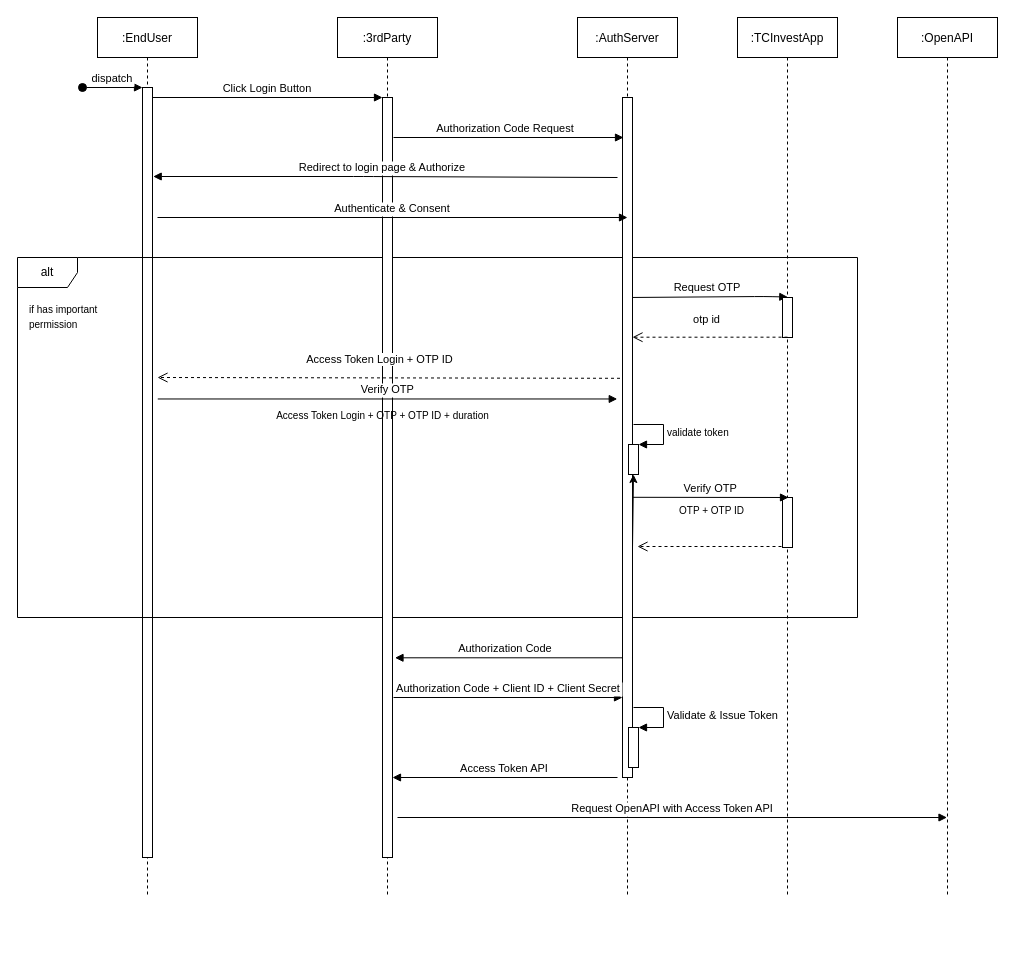
Before: TCBS_3rdPartyAuthenticate.drawio in ndhcoder/my-configs, a draw.io diagram. Source tidied: cells renumbered, new cells numbered last; positions are measured from the earlier drawing's top-left corner, leaving out a move shared by most shapes. Both pictures are drawn from the tidied source at 100%, with x=0, y=0 at pixel (17, 17).
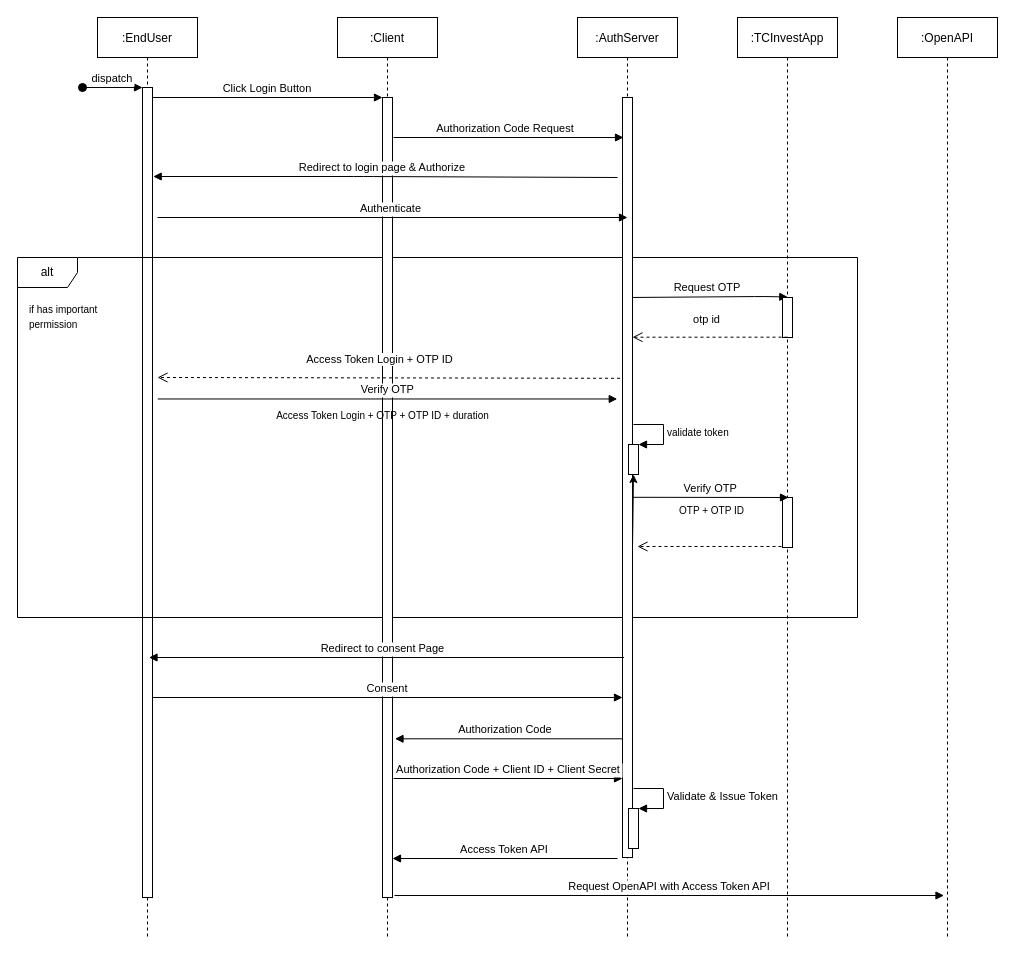
The same diagram, later.

Diff of the diagram source:
```diff
@@
     <mxCell id="2" value=":EndUser" style="shape=umlLifeline;perimeter=lifelinePerimeter;rounded=0;shadow=0;strokeWidth=1;" parent="1" vertex="1">
-      <mxGeometry x="80" width="100" height="880" as="geometry" />
+      <mxGeometry x="80" width="100" height="920" as="geometry" />
     </mxCell>
     <mxCell id="3" style="points=[];perimeter=orthogonalPerimeter;rounded=0;shadow=0;strokeWidth=1;" parent="2" vertex="1">
-      <mxGeometry x="45" y="70" width="10" height="770" as="geometry" />
+      <mxGeometry x="45" y="70" width="10" height="810" as="geometry" />
     </mxCell>
@@
-    <mxCell id="5" value=":3rdParty" style="shape=umlLifeline;perimeter=lifelinePerimeter;rounded=0;shadow=0;strokeWidth=1;" parent="1" vertex="1">
-      <mxGeometry x="320" width="100" height="880" as="geometry" />
+    <mxCell id="5" value=":Client" style="shape=umlLifeline;perimeter=lifelinePerimeter;rounded=0;shadow=0;strokeWidth=1;" parent="1" vertex="1">
+      <mxGeometry x="320" width="100" height="920" as="geometry" />
     </mxCell>
@@
     <mxCell id="7" style="points=[];perimeter=orthogonalPerimeter;rounded=0;shadow=0;strokeWidth=1;" parent="5" vertex="1">
-      <mxGeometry x="45" y="80" width="10" height="760" as="geometry" />
+      <mxGeometry x="45" y="80" width="10" height="800" as="geometry" />
     </mxCell>
@@
     <mxCell id="14" value=":AuthServer" style="shape=umlLifeline;perimeter=lifelinePerimeter;rounded=0;shadow=0;strokeWidth=1;" parent="1" vertex="1">
-      <mxGeometry x="560" width="100" height="880" as="geometry" />
+      <mxGeometry x="560" width="100" height="920" as="geometry" />
     </mxCell>
     <mxCell id="15" style="perimeter=orthogonalPerimeter;rounded=0;shadow=0;strokeWidth=1;" parent="14" vertex="1">
-      <mxGeometry x="45" y="80" width="10" height="680" as="geometry" />
+      <mxGeometry x="45" y="80" width="10" height="760" as="geometry" />
     </mxCell>
@@
     <mxCell id="18" style="html=1;points=[];perimeter=orthogonalPerimeter;" parent="14" vertex="1">
-      <mxGeometry x="51" y="710" width="10" height="40" as="geometry" />
+      <mxGeometry x="51" y="791" width="10" height="40" as="geometry" />
     </mxCell>
     <mxCell id="19" value="Validate &amp;amp; Issue Token" style="edgeStyle=orthogonalEdgeStyle;html=1;align=left;spacingLeft=2;endArrow=block;rounded=0;entryX=1;entryY=0;" parent="14" edge="1" target="18">
       <mxGeometry relative="1" as="geometry">
-        <mxPoint x="56" y="690" as="sourcePoint" />
+        <mxPoint x="56" y="771" as="sourcePoint" />
         <Array as="points">
-          <mxPoint x="86" y="690" />
+          <mxPoint x="86" y="771" />
         </Array>
       </mxGeometry>
     </mxCell>
     <mxCell id="20" value=":TCInvestApp" style="shape=umlLifeline;perimeter=lifelinePerimeter;rounded=0;shadow=0;strokeWidth=1;" parent="1" vertex="1">
-      <mxGeometry x="720" width="100" height="880" as="geometry" />
+      <mxGeometry x="720" width="100" height="920" as="geometry" />
     </mxCell>
@@
-    <mxCell id="25" value="Authenticate &amp; Consent" style="verticalAlign=bottom;endArrow=block;shadow=0;strokeWidth=1;" parent="1" edge="1">
+    <mxCell id="25" value="Authenticate " style="verticalAlign=bottom;endArrow=block;shadow=0;strokeWidth=1;" parent="1" edge="1">
       <mxGeometry relative="1" as="geometry">
         <mxPoint x="140" y="200" as="sourcePoint" />
         <mxPoint x="610" y="200" as="targetPoint" />
       </mxGeometry>
     </mxCell>
@@
     <mxCell id="31" value="Authorization Code  " style="verticalAlign=bottom;endArrow=block;shadow=0;strokeWidth=1;entryX=1.25;entryY=0.778;entryDx=0;entryDy=0;entryPerimeter=0;" parent="1" edge="1">
       <mxGeometry relative="1" as="geometry">
-        <mxPoint x="605" y="640.3" as="sourcePoint" />
-        <mxPoint x="377.5" y="640.3" as="targetPoint" />
+        <mxPoint x="605" y="721.3" as="sourcePoint" />
+        <mxPoint x="377.5" y="721.3" as="targetPoint" />
       </mxGeometry>
     </mxCell>
     <mxCell id="32" value="Authorization Code + Client ID + Client Secret" style="verticalAlign=bottom;endArrow=block;shadow=0;strokeWidth=1;" parent="1" edge="1">
       <mxGeometry relative="1" as="geometry">
-        <mxPoint x="376" y="680" as="sourcePoint" />
-        <mxPoint x="605" y="680" as="targetPoint" />
+        <mxPoint x="376" y="761" as="sourcePoint" />
+        <mxPoint x="605" y="761" as="targetPoint" />
       </mxGeometry>
     </mxCell>
-    <mxCell id="33" value="Access Token API" style="verticalAlign=bottom;endArrow=block;shadow=0;strokeWidth=1;" parent="1" edge="1" target="7">
+    <mxCell id="33" value="Access Token API" style="verticalAlign=bottom;endArrow=block;shadow=0;strokeWidth=1;" parent="1" edge="1">
       <mxGeometry relative="1" as="geometry">
-        <mxPoint x="600" y="760" as="sourcePoint" />
+        <mxPoint x="600" y="841" as="sourcePoint" />
+        <mxPoint x="375" y="841" as="targetPoint" />
       </mxGeometry>
     </mxCell>
     <mxCell id="34" value=":OpenAPI" style="shape=umlLifeline;perimeter=lifelinePerimeter;rounded=0;shadow=0;strokeWidth=1;" parent="1" vertex="1">
-      <mxGeometry x="880" width="100" height="880" as="geometry" />
+      <mxGeometry x="880" width="100" height="920" as="geometry" />
     </mxCell>
-    <mxCell id="35" value="Request OpenAPI with Access Token API" style="verticalAlign=bottom;endArrow=block;shadow=0;strokeWidth=1;" parent="1" edge="1" target="34">
+    <mxCell id="35" value="Request OpenAPI with Access Token API" style="verticalAlign=bottom;endArrow=block;shadow=0;strokeWidth=1;" parent="1" edge="1">
       <mxGeometry relative="1" as="geometry">
-        <mxPoint x="380" y="800" as="sourcePoint" />
+        <mxPoint x="377" y="878" as="sourcePoint" />
+        <mxPoint x="926.5" y="878" as="targetPoint" />
       </mxGeometry>
     </mxCell>
+    <mxCell id="36" value="Redirect to consent Page  " style="verticalAlign=bottom;endArrow=block;shadow=0;strokeWidth=1;" parent="1" edge="1">
+      <mxGeometry relative="1" as="geometry">
+        <mxPoint x="606.5" y="640" as="sourcePoint" />
+        <mxPoint x="131.5" y="640" as="targetPoint" />
+      </mxGeometry>
+    </mxCell>
+    <mxCell id="37" value="Consent" style="verticalAlign=bottom;endArrow=block;shadow=0;strokeWidth=1;" parent="1" edge="1">
+      <mxGeometry relative="1" as="geometry">
+        <mxPoint x="135" y="680" as="sourcePoint" />
+        <mxPoint x="605" y="680" as="targetPoint" />
+      </mxGeometry>
+    </mxCell>
```
